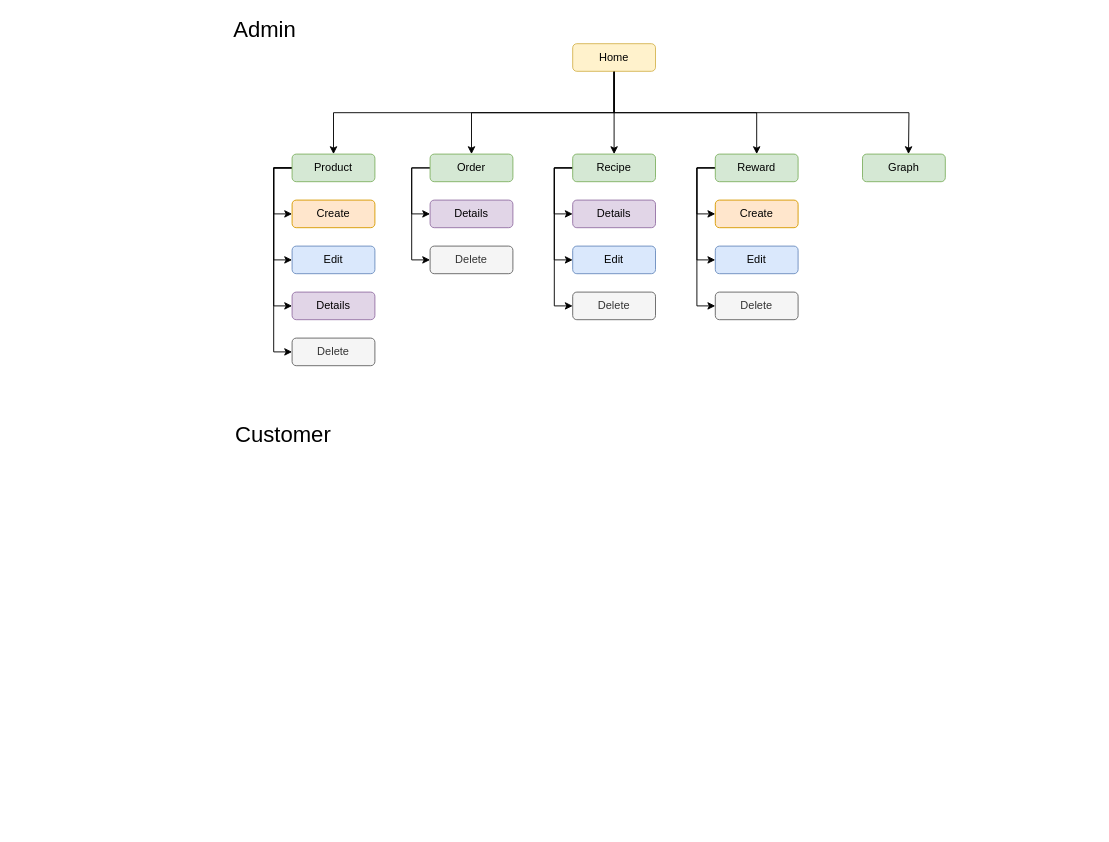
The draw.io diagram 709_SiteMap.drawio in Wavergg/721SoftwareEngineering, before the edit. Source tidied: cells renumbered, new cells numbered last; positions are measured from the earlier drawing's top-left corner, leaving out a move shared by most shapes. Both pictures are drawn from the tidied source at 92%, with x=0, y=0 at pixel (227, 16).
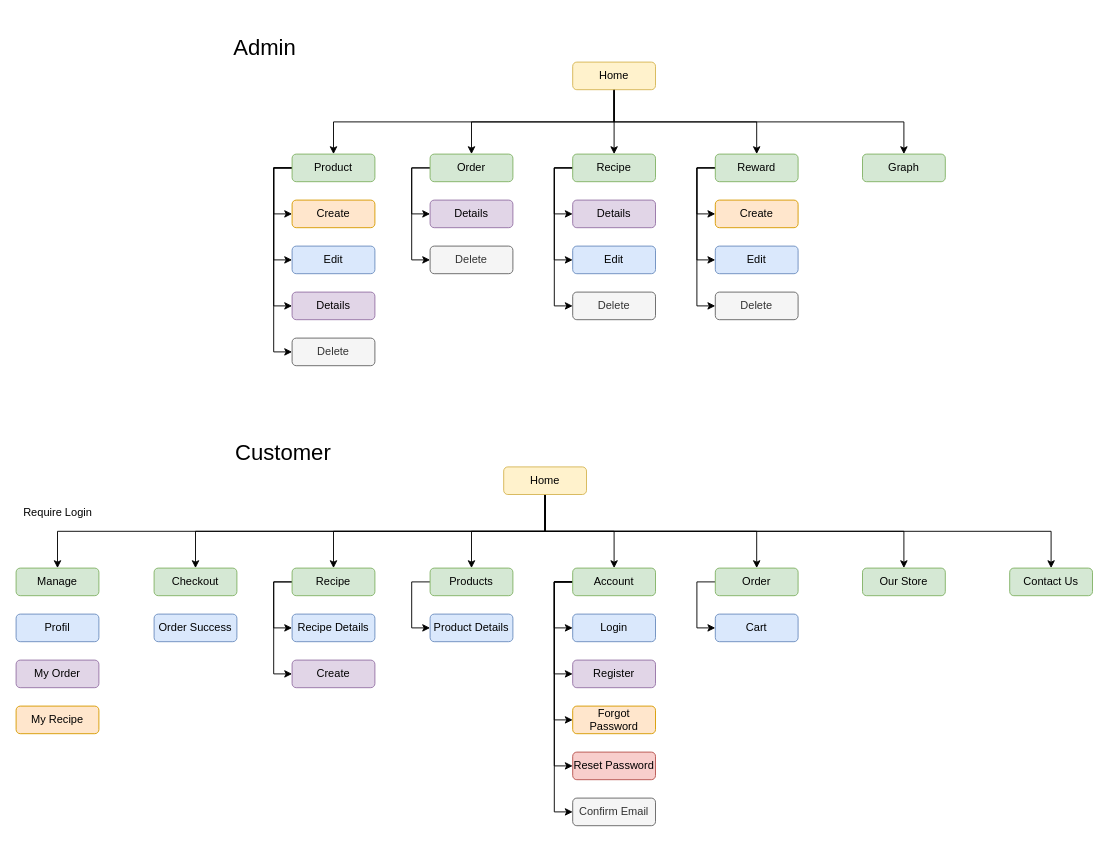
Above is the later version.

The change refers to these unchanged cells:
```xml
<mxCell id="22" value="Graph" style="rounded=1;whiteSpace=wrap;html=1;fontSize=12;fillColor=#d5e8d4;strokeColor=#82b366;" parent="1" vertex="1">
  <mxGeometry x="690" y="150" width="90" height="30" as="geometry" />
</mxCell>
```

Change to the diagram source:
```diff
@@
     <mxCell id="2" value="Admin" style="text;html=1;align=center;verticalAlign=middle;strokeColor=none;fontSize=24;" parent="1" vertex="1">
-      <mxGeometry width="80" height="30" as="geometry" />
+      <mxGeometry y="20" width="80" height="30" as="geometry" />
     </mxCell>
@@
-    <mxCell id="5" style="edgeStyle=orthogonalEdgeStyle;rounded=0;jettySize=auto;html=1;exitX=0.5;exitY=1;exitDx=0;exitDy=0;fontSize=12;" parent="1" edge="1" source="7">
-      <mxGeometry relative="1" as="geometry">
-        <mxPoint x="740" y="150" as="targetPoint" />
-      </mxGeometry>
-    </mxCell>
@@
+    <mxCell id="39" style="edgeStyle=orthogonalEdgeStyle;rounded=0;jettySize=auto;html=1;exitX=0.5;exitY=1;exitDx=0;exitDy=0;entryX=0.5;entryY=0;entryDx=0;entryDy=0;fontSize=12;" parent="1" edge="1" source="7" target="22">
+      <mxGeometry relative="1" as="geometry" />
+    </mxCell>
     <mxCell id="7" value="Home" style="rounded=1;whiteSpace=wrap;html=1;fontSize=12;fillColor=#fff2cc;strokeColor=#d6b656;" parent="1" vertex="1">
-      <mxGeometry x="375" y="30" width="90" height="30" as="geometry" />
+      <mxGeometry x="375" y="50" width="90" height="30" as="geometry" />
     </mxCell>
@@
     <mxCell id="38" value="Customer" style="text;html=1;align=center;verticalAlign=middle;strokeColor=none;fontSize=24;" parent="1" vertex="1">
-      <mxGeometry y="440" width="120" height="30" as="geometry" />
+      <mxGeometry y="460" width="120" height="30" as="geometry" />
     </mxCell>
+    <mxCell id="40" style="edgeStyle=orthogonalEdgeStyle;rounded=0;jettySize=auto;html=1;exitX=0.5;exitY=1;exitDx=0;exitDy=0;fontSize=12;entryX=0.5;entryY=0;entryDx=0;entryDy=0;" parent="1" edge="1" source="48" target="62">
+      <mxGeometry relative="1" as="geometry" />
+    </mxCell>
+    <mxCell id="41" style="edgeStyle=orthogonalEdgeStyle;rounded=0;jettySize=auto;html=1;exitX=0.5;exitY=1;exitDx=0;exitDy=0;entryX=0.5;entryY=0;entryDx=0;entryDy=0;fontSize=12;" parent="1" edge="1" source="48" target="59">
+      <mxGeometry relative="1" as="geometry" />
+    </mxCell>
+    <mxCell id="42" style="edgeStyle=orthogonalEdgeStyle;rounded=0;jettySize=auto;html=1;exitX=0.5;exitY=1;exitDx=0;exitDy=0;entryX=0.5;entryY=0;entryDx=0;entryDy=0;fontSize=12;" parent="1" edge="1" source="48" target="57">
+      <mxGeometry relative="1" as="geometry" />
+    </mxCell>
+    <mxCell id="43" style="edgeStyle=orthogonalEdgeStyle;rounded=0;jettySize=auto;html=1;exitX=0.5;exitY=1;exitDx=0;exitDy=0;fontSize=12;" parent="1" edge="1" source="48" target="60">
+      <mxGeometry relative="1" as="geometry" />
+    </mxCell>
+    <mxCell id="44" style="edgeStyle=orthogonalEdgeStyle;rounded=0;jettySize=auto;html=1;exitX=0.5;exitY=1;exitDx=0;exitDy=0;entryX=0.5;entryY=0;entryDx=0;entryDy=0;fontSize=12;" parent="1" edge="1" source="48" target="72">
+      <mxGeometry relative="1" as="geometry" />
+    </mxCell>
+    <mxCell id="45" style="edgeStyle=orthogonalEdgeStyle;rounded=0;jettySize=auto;html=1;exitX=0.5;exitY=1;exitDx=0;exitDy=0;entryX=0.5;entryY=0;entryDx=0;entryDy=0;fontSize=12;" parent="1" edge="1" source="48" target="70">
+      <mxGeometry relative="1" as="geometry" />
+    </mxCell>
+    <mxCell id="46" style="edgeStyle=orthogonalEdgeStyle;rounded=0;jettySize=auto;html=1;exitX=0.5;exitY=1;exitDx=0;exitDy=0;entryX=0.5;entryY=0;entryDx=0;entryDy=0;fontSize=12;" parent="1" edge="1" source="48" target="71">
+      <mxGeometry relative="1" as="geometry" />
+    </mxCell>
+    <mxCell id="47" style="edgeStyle=orthogonalEdgeStyle;rounded=0;jettySize=auto;html=1;exitX=0.5;exitY=1;exitDx=0;exitDy=0;fontSize=12;" parent="1" edge="1" source="48" target="54">
+      <mxGeometry relative="1" as="geometry" />
+    </mxCell>
+    <mxCell id="48" value="Home" style="rounded=1;whiteSpace=wrap;html=1;fontSize=12;fillColor=#fff2cc;strokeColor=#d6b656;" parent="1" vertex="1">
+      <mxGeometry x="300" y="490" width="90" height="30" as="geometry" />
+    </mxCell>
+    <mxCell id="49" style="edgeStyle=orthogonalEdgeStyle;rounded=0;jettySize=auto;html=1;exitX=0;exitY=0.5;exitDx=0;exitDy=0;entryX=0;entryY=0.5;entryDx=0;entryDy=0;fontSize=12;" parent="1" edge="1" source="54" target="66">
+      <mxGeometry relative="1" as="geometry" />
+    </mxCell>
+    <mxCell id="50" style="edgeStyle=orthogonalEdgeStyle;rounded=0;jettySize=auto;html=1;exitX=0;exitY=0.5;exitDx=0;exitDy=0;entryX=0;entryY=0.5;entryDx=0;entryDy=0;fontSize=12;" parent="1" edge="1" source="54" target="67">
+      <mxGeometry relative="1" as="geometry" />
+    </mxCell>
+    <mxCell id="51" style="edgeStyle=orthogonalEdgeStyle;rounded=0;jettySize=auto;html=1;exitX=0;exitY=0.5;exitDx=0;exitDy=0;entryX=0;entryY=0.5;entryDx=0;entryDy=0;fontSize=12;" parent="1" edge="1" source="54" target="68">
+      <mxGeometry relative="1" as="geometry" />
+    </mxCell>
+    <mxCell id="52" style="edgeStyle=orthogonalEdgeStyle;rounded=0;jettySize=auto;html=1;exitX=0;exitY=0.5;exitDx=0;exitDy=0;entryX=0;entryY=0.5;entryDx=0;entryDy=0;fontSize=12;" parent="1" edge="1" source="54" target="78">
+      <mxGeometry relative="1" as="geometry" />
+    </mxCell>
+    <mxCell id="53" style="edgeStyle=orthogonalEdgeStyle;rounded=0;jettySize=auto;html=1;exitX=0;exitY=0.5;exitDx=0;exitDy=0;entryX=0;entryY=0.5;entryDx=0;entryDy=0;fontSize=12;" parent="1" edge="1" source="54" target="79">
+      <mxGeometry relative="1" as="geometry" />
+    </mxCell>
+    <mxCell id="54" value="Account" style="rounded=1;whiteSpace=wrap;html=1;fontSize=12;fillColor=#d5e8d4;strokeColor=#82b366;" parent="1" vertex="1">
+      <mxGeometry x="375" y="600" width="90" height="30" as="geometry" />
+    </mxCell>
+    <mxCell id="55" style="edgeStyle=orthogonalEdgeStyle;rounded=0;jettySize=auto;html=1;exitX=0;exitY=0.5;exitDx=0;exitDy=0;entryX=0;entryY=0.5;entryDx=0;entryDy=0;fontSize=12;" parent="1" edge="1" source="57" target="63">
+      <mxGeometry relative="1" as="geometry" />
+    </mxCell>
+    <mxCell id="56" style="edgeStyle=orthogonalEdgeStyle;rounded=0;jettySize=auto;html=1;exitX=0;exitY=0.5;exitDx=0;exitDy=0;entryX=0;entryY=0.5;entryDx=0;entryDy=0;fontSize=12;" parent="1" edge="1" source="57" target="64">
+      <mxGeometry relative="1" as="geometry" />
+    </mxCell>
+    <mxCell id="57" value="Recipe" style="rounded=1;whiteSpace=wrap;html=1;fontSize=12;fillColor=#d5e8d4;strokeColor=#82b366;" parent="1" vertex="1">
+      <mxGeometry x="70" y="600" width="90" height="30" as="geometry" />
+    </mxCell>
+    <mxCell id="58" style="edgeStyle=orthogonalEdgeStyle;rounded=0;jettySize=auto;html=1;exitX=0;exitY=0.5;exitDx=0;exitDy=0;entryX=0;entryY=0.5;entryDx=0;entryDy=0;fontSize=12;" parent="1" edge="1" source="59" target="69">
+      <mxGeometry relative="1" as="geometry" />
+    </mxCell>
+    <mxCell id="59" value="Order" style="rounded=1;whiteSpace=wrap;html=1;fontSize=12;fillColor=#d5e8d4;strokeColor=#82b366;" parent="1" vertex="1">
+      <mxGeometry x="530" y="600" width="90" height="30" as="geometry" />
+    </mxCell>
+    <mxCell id="60" value="Our Store" style="rounded=1;whiteSpace=wrap;html=1;fontSize=12;fillColor=#d5e8d4;strokeColor=#82b366;" parent="1" vertex="1">
+      <mxGeometry x="690" y="600" width="90" height="30" as="geometry" />
+    </mxCell>
+    <mxCell id="61" style="edgeStyle=orthogonalEdgeStyle;rounded=0;jettySize=auto;html=1;exitX=0;exitY=0.5;exitDx=0;exitDy=0;entryX=0;entryY=0.5;entryDx=0;entryDy=0;fontSize=12;" parent="1" edge="1" source="62" target="65">
+      <mxGeometry relative="1" as="geometry" />
+    </mxCell>
+    <mxCell id="62" value="Products" style="rounded=1;whiteSpace=wrap;html=1;fontSize=12;fillColor=#d5e8d4;strokeColor=#82b366;" parent="1" vertex="1">
+      <mxGeometry x="220" y="600" width="90" height="30" as="geometry" />
+    </mxCell>
+    <mxCell id="63" value="Recipe Details" style="rounded=1;whiteSpace=wrap;html=1;fontSize=12;fillColor=#dae8fc;strokeColor=#6c8ebf;" parent="1" vertex="1">
+      <mxGeometry x="70" y="650" width="90" height="30" as="geometry" />
+    </mxCell>
+    <mxCell id="64" value="Create" style="rounded=1;whiteSpace=wrap;html=1;fontSize=12;fillColor=#e1d5e7;strokeColor=#9673a6;" parent="1" vertex="1">
+      <mxGeometry x="70" y="700" width="90" height="30" as="geometry" />
+    </mxCell>
+    <mxCell id="65" value="Product Details" style="rounded=1;whiteSpace=wrap;html=1;fontSize=12;fillColor=#dae8fc;strokeColor=#6c8ebf;" parent="1" vertex="1">
+      <mxGeometry x="220" y="650" width="90" height="30" as="geometry" />
+    </mxCell>
+    <mxCell id="66" value="Login" style="rounded=1;whiteSpace=wrap;html=1;fontSize=12;fillColor=#dae8fc;strokeColor=#6c8ebf;" parent="1" vertex="1">
+      <mxGeometry x="375" y="650" width="90" height="30" as="geometry" />
+    </mxCell>
+    <mxCell id="67" value="Register" style="rounded=1;whiteSpace=wrap;html=1;fontSize=12;fillColor=#e1d5e7;strokeColor=#9673a6;" parent="1" vertex="1">
+      <mxGeometry x="375" y="700" width="90" height="30" as="geometry" />
+    </mxCell>
+    <mxCell id="68" value="Forgot Password" style="rounded=1;whiteSpace=wrap;html=1;fontSize=12;fillColor=#ffe6cc;strokeColor=#d79b00;" parent="1" vertex="1">
+      <mxGeometry x="375" y="750" width="90" height="30" as="geometry" />
+    </mxCell>
+    <mxCell id="69" value="Cart" style="rounded=1;whiteSpace=wrap;html=1;fontSize=12;fillColor=#dae8fc;strokeColor=#6c8ebf;" parent="1" vertex="1">
+      <mxGeometry x="530" y="650" width="90" height="30" as="geometry" />
+    </mxCell>
+    <mxCell id="70" value="Checkout" style="rounded=1;whiteSpace=wrap;html=1;fontSize=12;fillColor=#d5e8d4;strokeColor=#82b366;" parent="1" vertex="1">
+      <mxGeometry x="-80" y="600" width="90" height="30" as="geometry" />
+    </mxCell>
+    <mxCell id="71" value="Contact Us" style="rounded=1;whiteSpace=wrap;html=1;fontSize=12;fillColor=#d5e8d4;strokeColor=#82b366;" parent="1" vertex="1">
+      <mxGeometry x="850" y="600" width="90" height="30" as="geometry" />
+    </mxCell>
+    <mxCell id="72" value="Manage" style="rounded=1;whiteSpace=wrap;html=1;fontSize=12;fillColor=#d5e8d4;strokeColor=#82b366;" parent="1" vertex="1">
+      <mxGeometry x="-230" y="600" width="90" height="30" as="geometry" />
+    </mxCell>
+    <mxCell id="73" value="Require Login" style="text;html=1;align=center;verticalAlign=middle;strokeColor=none;fontSize=12;" parent="1" vertex="1">
+      <mxGeometry x="-230" y="530" width="90" height="20" as="geometry" />
+    </mxCell>
+    <mxCell id="74" value="Profil" style="rounded=1;whiteSpace=wrap;html=1;fontSize=12;fillColor=#dae8fc;strokeColor=#6c8ebf;" parent="1" vertex="1">
+      <mxGeometry x="-230" y="650" width="90" height="30" as="geometry" />
+    </mxCell>
+    <mxCell id="75" value="My Order" style="rounded=1;whiteSpace=wrap;html=1;fontSize=12;fillColor=#e1d5e7;strokeColor=#9673a6;" parent="1" vertex="1">
+      <mxGeometry x="-230" y="700" width="90" height="30" as="geometry" />
+    </mxCell>
+    <mxCell id="76" value="My Recipe" style="rounded=1;whiteSpace=wrap;html=1;fontSize=12;fillColor=#ffe6cc;strokeColor=#d79b00;" parent="1" vertex="1">
+      <mxGeometry x="-230" y="750" width="90" height="30" as="geometry" />
+    </mxCell>
+    <mxCell id="77" value="Order Success" style="rounded=1;whiteSpace=wrap;html=1;fontSize=12;fillColor=#dae8fc;strokeColor=#6c8ebf;" parent="1" vertex="1">
+      <mxGeometry x="-80" y="650" width="90" height="30" as="geometry" />
+    </mxCell>
+    <mxCell id="78" value="Reset Password" style="rounded=1;whiteSpace=wrap;html=1;fontSize=12;fillColor=#f8cecc;strokeColor=#b85450;" parent="1" vertex="1">
+      <mxGeometry x="375" y="800" width="90" height="30" as="geometry" />
+    </mxCell>
+    <mxCell id="79" value="Confirm Email" style="rounded=1;whiteSpace=wrap;html=1;fontSize=12;fillColor=#f5f5f5;strokeColor=#666666;fontColor=#333333;" parent="1" vertex="1">
+      <mxGeometry x="375" y="850" width="90" height="30" as="geometry" />
+    </mxCell>
```
